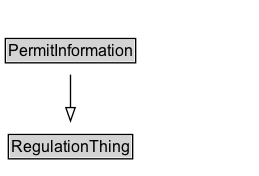
Before: docs/diagrams/PermitInformation.dot.png, a diagram exported from Graphviz (k-vaughn/ontology-its-regulation). Its source is kept beside it as docs/diagrams/PermitInformation.dot. Its diagram source:
```dot
digraph {
	graph [overlap=false rankdir=TB splines=true]
	node [fontname=Arial fontsize=12 margin=0 shape=none]
	edge [fontname=Arial fontsize=11]
	PermitInformation [label=<<TABLE BORDER="1" CELLBORDER="0" CELLSPACING="0" CELLPADDING="1"><TR><TD BGCOLOR="lightgray" ALIGN="CENTER">PermitInformation</TD></TR></TABLE>> URL="../PermitInformation" margin=0]
	{
		rank=max
	}
	subgraph cluster_associated {
		label="" style=invis
		Invis [label=<<TABLE BORDER="0" CELLBORDER="0" CELLSPACING="0" CELLPADDING="1"><TR><TD></TD></TR></TABLE>> margin=0 style=invis]
	}
	RegulationThing [label=<<TABLE BORDER="1" CELLBORDER="0" CELLSPACING="0" CELLPADDING="1"><TR><TD BGCOLOR="lightgray" ALIGN="CENTER">RegulationThing</TD></TR></TABLE>> URL="../RegulationThing" margin=0]
	PermitInformation -> RegulationThing [arrowhead=onormal style=solid]
}
```
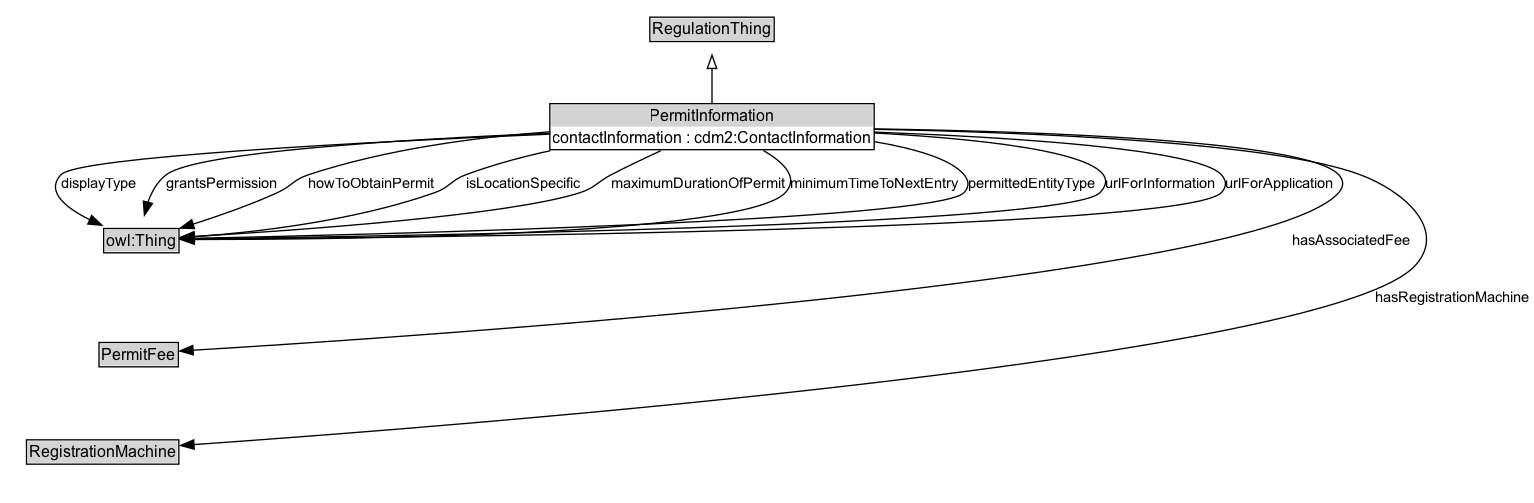
After the change.

Change to the diagram source:
```diff
@@ -2,14 +2,38 @@
 	graph [overlap=false rankdir=TB splines=true]
 	node [fontname=Arial fontsize=12 margin=0 shape=none]
 	edge [fontname=Arial fontsize=11]
-	PermitInformation [label=<<TABLE BORDER="1" CELLBORDER="0" CELLSPACING="0" CELLPADDING="1"><TR><TD BGCOLOR="lightgray" ALIGN="CENTER">PermitInformation</TD></TR></TABLE>> URL="../PermitInformation" margin=0]
+	{
+		rank=source
+		RegulationThing [label=<<TABLE BORDER="1" CELLBORDER="0" CELLSPACING="0" CELLPADDING="1"><TR><TD BGCOLOR="lightgray" ALIGN="CENTER">RegulationThing</TD></TR></TABLE>> URL="../RegulationThing" margin=0]
+	}
+	PermitInformation [label=<<TABLE BORDER="1" CELLBORDER="0" CELLSPACING="0" CELLPADDING="1"><TR><TD BGCOLOR="lightgray" ALIGN="CENTER">PermitInformation</TD></TR><TR><TD ALIGN="LEFT">contactInformation : cdm2:ContactInformation</TD></TR></TABLE>> URL="../PermitInformation" margin=0]
 	{
 		rank=max
 	}
 	subgraph cluster_associated {
 		label="" style=invis
 		Invis [label=<<TABLE BORDER="0" CELLBORDER="0" CELLSPACING="0" CELLPADDING="1"><TR><TD></TD></TR></TABLE>> margin=0 style=invis]
+		owl_Thing [label=<<TABLE BORDER="1" CELLBORDER="0" CELLSPACING="0" CELLPADDING="1"><TR><TD BGCOLOR="lightgray" ALIGN="CENTER">owl:Thing</TD></TR></TABLE>> URL="https://w3id.org/citydata/imported/owl/latest/Thing" margin=0]
+		PermitFee [label=<<TABLE BORDER="1" CELLBORDER="0" CELLSPACING="0" CELLPADDING="1"><TR><TD BGCOLOR="lightgray" ALIGN="CENTER">PermitFee</TD></TR></TABLE>> URL="../PermitFee" margin=0]
+		RegistrationMachine [label=<<TABLE BORDER="1" CELLBORDER="0" CELLSPACING="0" CELLPADDING="1"><TR><TD BGCOLOR="lightgray" ALIGN="CENTER">RegistrationMachine</TD></TR></TABLE>> URL="../RegistrationMachine" margin=0]
 	}
-	RegulationThing [label=<<TABLE BORDER="1" CELLBORDER="0" CELLSPACING="0" CELLPADDING="1"><TR><TD BGCOLOR="lightgray" ALIGN="CENTER">RegulationThing</TD></TR></TABLE>> URL="../RegulationThing" margin=0]
 	PermitInformation -> RegulationThing [arrowhead=onormal style=solid]
+	PermitInformation -> Invis [style=invis]
+	Invis -> owl_Thing [style=invis]
+	owl_Thing -> PermitFee [style=invis]
+	PermitFee -> RegistrationMachine [style=invis]
+	owl_Thing [label=<<TABLE BORDER="1" CELLBORDER="0" CELLSPACING="0" CELLPADDING="1"><TR><TD BGCOLOR="lightgray" ALIGN="CENTER">owl:Thing</TD></TR></TABLE>> URL="https://w3id.org/citydata/imported/owl/latest/Thing" margin=0]
+	PermitInformation -> owl_Thing [label=displayType arrowhead=normal style=solid]
+	PermitInformation -> owl_Thing [label=grantsPermission arrowhead=normal style=solid]
+	PermitFee [label=<<TABLE BORDER="1" CELLBORDER="0" CELLSPACING="0" CELLPADDING="1"><TR><TD BGCOLOR="lightgray" ALIGN="CENTER">PermitFee</TD></TR></TABLE>> URL="../PermitFee" margin=0]
+	PermitInformation -> PermitFee [label=hasAssociatedFee arrowhead=normal style=solid]
+	RegistrationMachine [label=<<TABLE BORDER="1" CELLBORDER="0" CELLSPACING="0" CELLPADDING="1"><TR><TD BGCOLOR="lightgray" ALIGN="CENTER">RegistrationMachine</TD></TR></TABLE>> URL="../RegistrationMachine" margin=0]
+	PermitInformation -> RegistrationMachine [label=hasRegistrationMachine arrowhead=normal style=solid]
+	PermitInformation -> owl_Thing [label=howToObtainPermit arrowhead=normal style=solid]
+	PermitInformation -> owl_Thing [label=isLocationSpecific arrowhead=normal style=solid]
+	PermitInformation -> owl_Thing [label=maximumDurationOfPermit arrowhead=normal style=solid]
+	PermitInformation -> owl_Thing [label=minimumTimeToNextEntry arrowhead=normal style=solid]
+	PermitInformation -> owl_Thing [label=permittedEntityType arrowhead=normal style=solid]
+	PermitInformation -> owl_Thing [label=urlForInformation arrowhead=normal style=solid]
+	PermitInformation -> owl_Thing [label=urlForApplication arrowhead=normal style=solid]
 }
```
